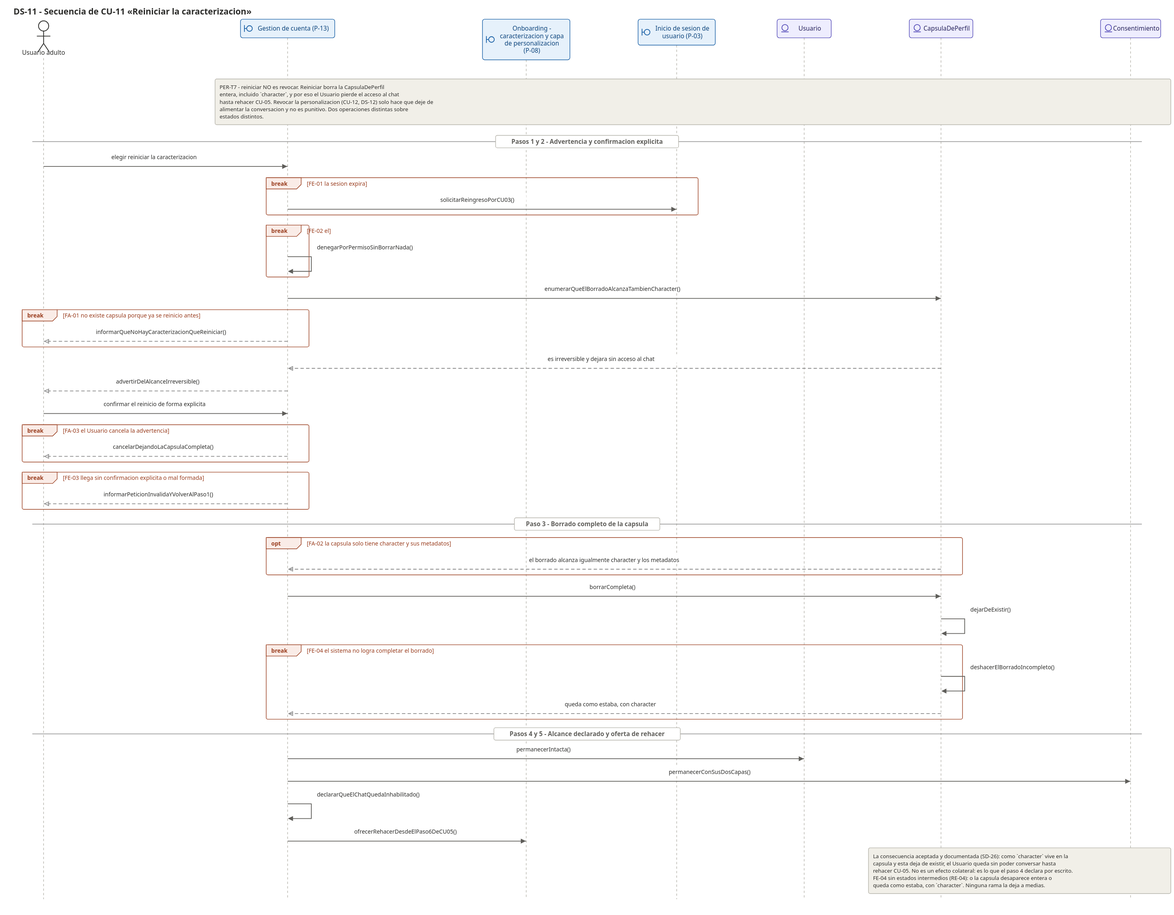
Earlier version of the PlantUML export docs/07_casos_uso/secuencia/svg/DS-11_secuencia_reiniciar_la_caracterizacion.svg (jonatan8254/alan-aura-academico). Its source is kept beside it as docs/07_casos_uso/secuencia/puml/DS-11_secuencia_reiniciar_la_caracterizacion.puml.
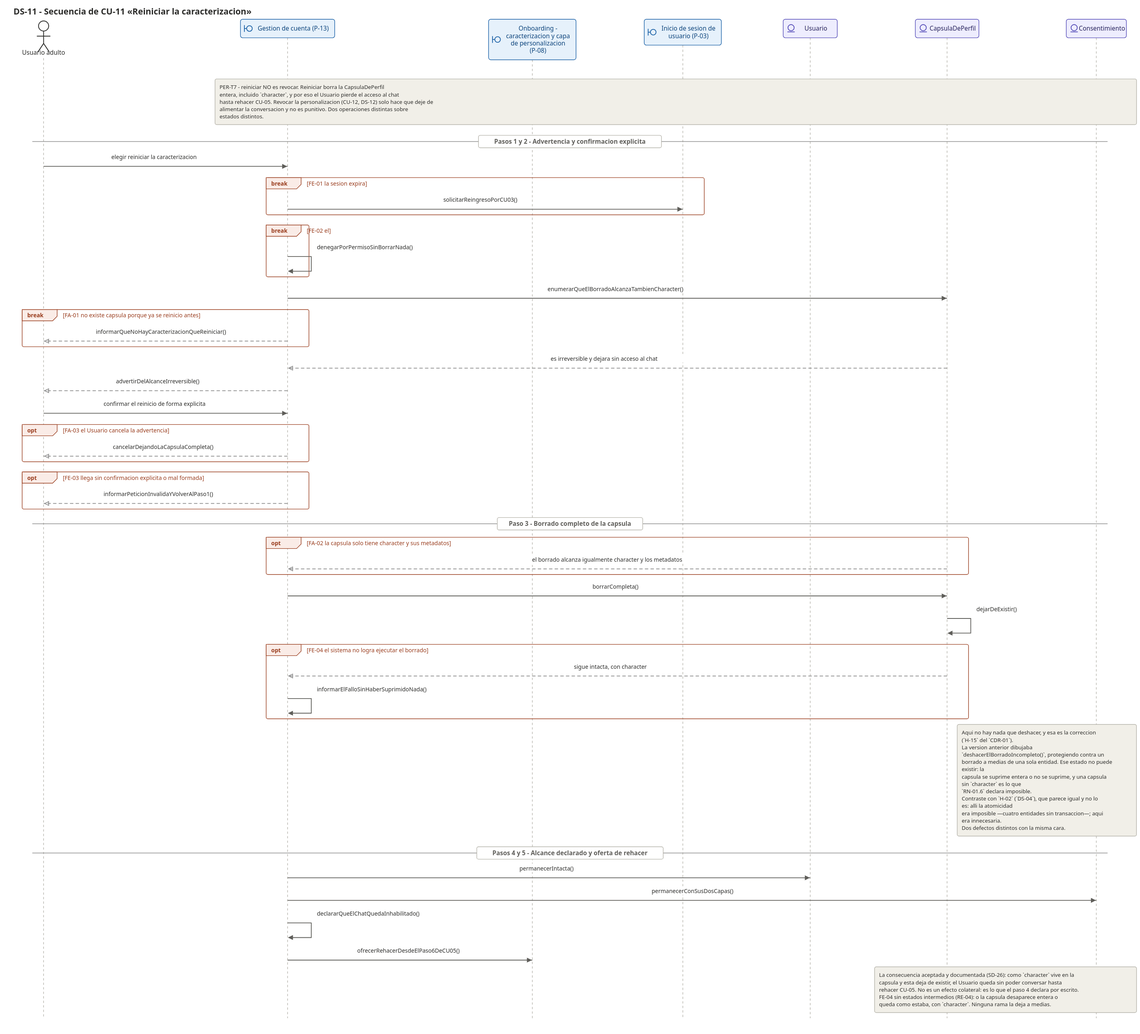
Later version of the same file.

What changed in the source:
```diff
@@ -42,11 +42,11 @@
 B_PaginaGestionCuenta --> ACT_Usuario : advertirDelAlcanceIrreversible()
 ACT_Usuario -> B_PaginaGestionCuenta : confirmar el reinicio de forma explicita
 
-break FA-03 el Usuario cancela la advertencia
+opt FA-03 el Usuario cancela la advertencia
   B_PaginaGestionCuenta --> ACT_Usuario : cancelarDejandoLaCapsulaCompleta()
 end
 
-break FE-03 llega sin confirmacion explicita o mal formada
+opt FE-03 llega sin confirmacion explicita o mal formada
   B_PaginaGestionCuenta --> ACT_Usuario : informarPeticionInvalidaYVolverAlPaso1()
 end
 
@@ -59,10 +59,21 @@
 B_PaginaGestionCuenta -> E_CapsulaDePerfil : borrarCompleta()
 E_CapsulaDePerfil -> E_CapsulaDePerfil : dejarDeExistir()
 
-break FE-04 el sistema no logra completar el borrado
-  E_CapsulaDePerfil -> E_CapsulaDePerfil : deshacerElBorradoIncompleto()
-  E_CapsulaDePerfil --> B_PaginaGestionCuenta : queda como estaba, con character
+opt FE-04 el sistema no logra ejecutar el borrado
+  E_CapsulaDePerfil --> B_PaginaGestionCuenta : sigue intacta, con character
+  B_PaginaGestionCuenta -> B_PaginaGestionCuenta : informarElFalloSinHaberSuprimidoNada()
 end
+
+note right of E_CapsulaDePerfil
+  <b>Aqui no hay nada que deshacer, y esa es la correccion</b> (`H-15` del `CDR-01`).
+  La version anterior dibujaba `deshacerElBorradoIncompleto()`, protegiendo contra un
+  borrado a medias de <b>una sola entidad</b>. Ese estado <b>no puede existir</b>: la
+  capsula se suprime entera o no se suprime, y una capsula sin `character` es lo que
+  `RN-01.6` declara imposible.
+  <b>Contraste con `H-02` (`DS-04`), que parece igual y no lo es:</b> alli la atomicidad
+  era <b>imposible</b> —cuatro entidades sin transaccion—; aqui era <b>innecesaria</b>.
+  Dos defectos distintos con la misma cara.
+end note
 
 == Pasos 4 y 5 - Alcance declarado y oferta de rehacer ==
 
```
